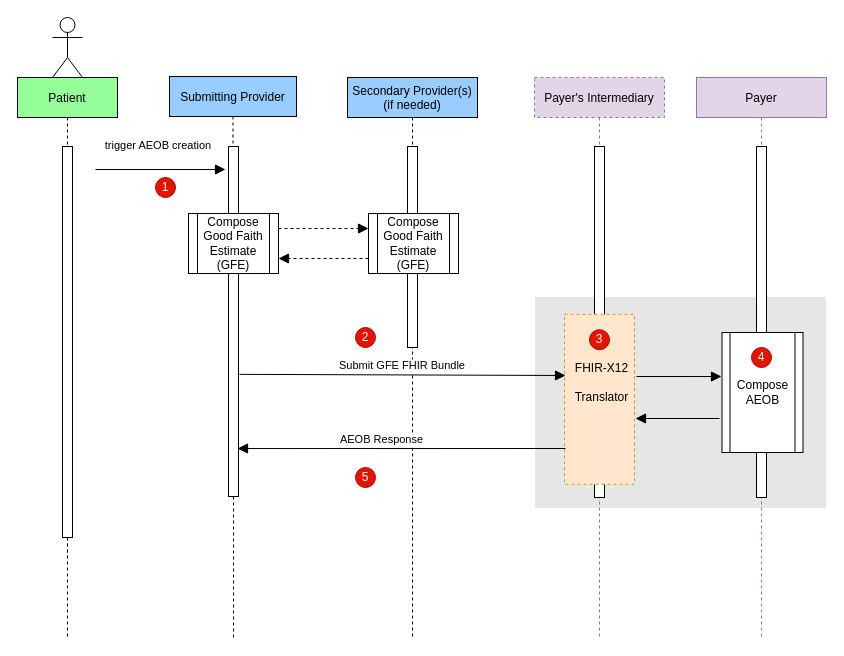
Above: input/images/SubmitAEOB.drawio in HL7/davinci-pct (draw.io), before the change. Source tidied: cells renumbered, new cells numbered last; positions are measured from the earlier drawing's top-left corner, leaving out a move shared by most shapes. Both pictures are drawn from the tidied source at 100%, with x=0, y=0 at pixel (17, 17).
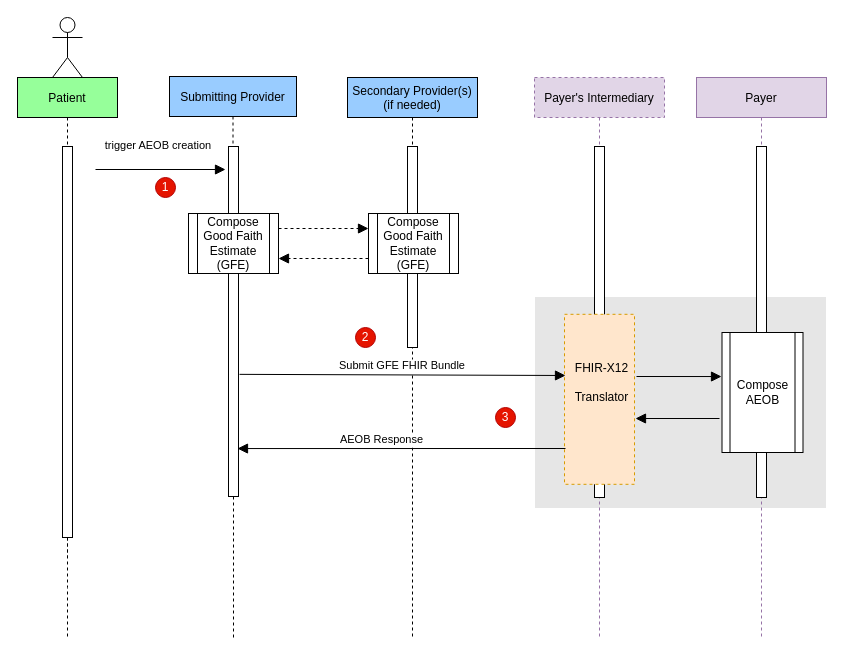
Above is the later version.

Commit message (it also covers changes not shown here):
updated use case page

The change refers to these unchanged cells:
```xml
<mxCell id="23" style="group;" parent="1" vertex="1">
  <mxGeometry x="549" y="300" width="70" height="170" as="geometry" />
</mxCell>
```

Diff of the diagram source:
```diff
@@
-    <mxCell id="26" value="3" style="ellipse;whiteSpace=wrap;html=1;fillColor=#e51400;strokeColor=#B20000;fontColor=#ffffff;" parent="23" vertex="1">
-      <mxGeometry x="23" y="12.2" width="20" height="20" as="geometry" />
-    </mxCell>
@@
-    <mxCell id="28" value="4" style="ellipse;whiteSpace=wrap;html=1;fillColor=#e51400;strokeColor=#B20000;fontColor=#ffffff;" parent="1" vertex="1">
-      <mxGeometry x="734" y="330" width="20" height="20" as="geometry" />
-    </mxCell>
@@
-    <mxCell id="33" value="5" style="ellipse;whiteSpace=wrap;html=1;fillColor=#e51400;strokeColor=#B20000;fontColor=#ffffff;" parent="1" vertex="1">
-      <mxGeometry x="338" y="450" width="20" height="20" as="geometry" />
-    </mxCell>
+    <mxCell id="26" value="3" style="ellipse;whiteSpace=wrap;html=1;fillColor=#e51400;strokeColor=#B20000;fontColor=#ffffff;" parent="1" vertex="1">
+      <mxGeometry x="478" y="390" width="20" height="20" as="geometry" />
+    </mxCell>
```
